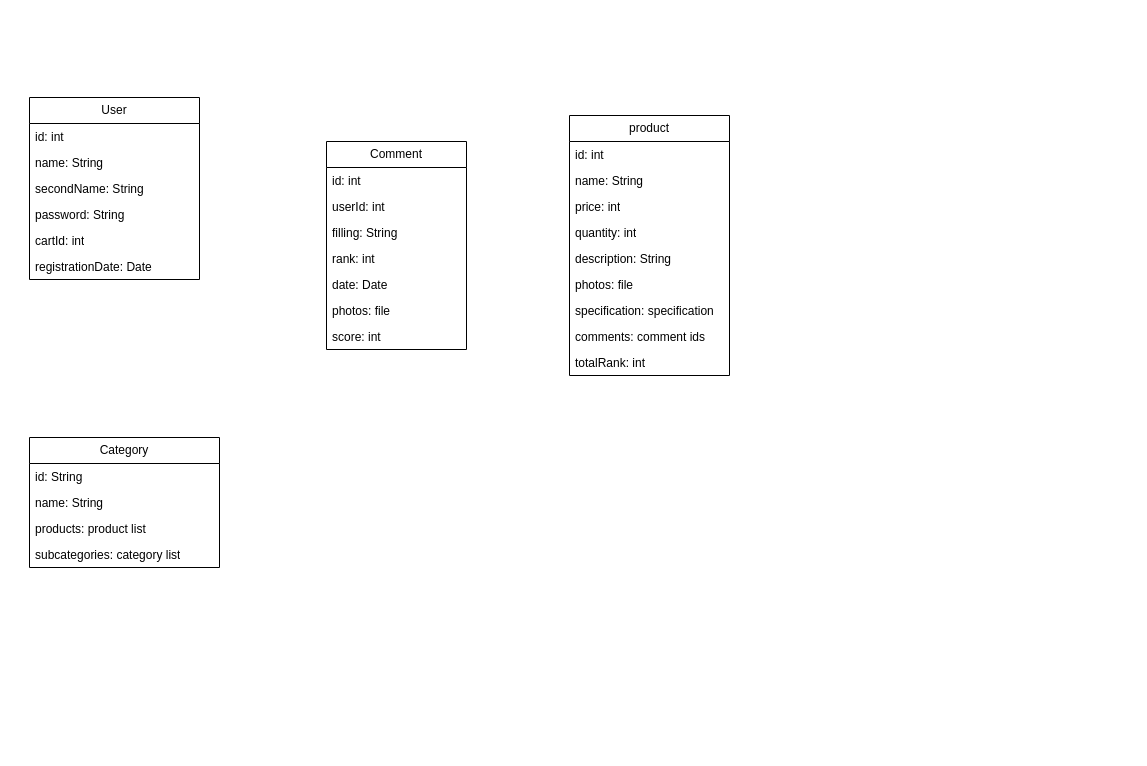
Above: page "Страница 1" (1 of 2) of Диаграмма без названия.drawio in RimKhai/UML (draw.io), before the change. Source tidied: cells renumbered, new cells numbered last; positions are measured from the earlier drawing's top-left corner, leaving out a move shared by most shapes. Both pictures are drawn from the tidied source at 100%, with x=0, y=0 at pixel (29, 97).
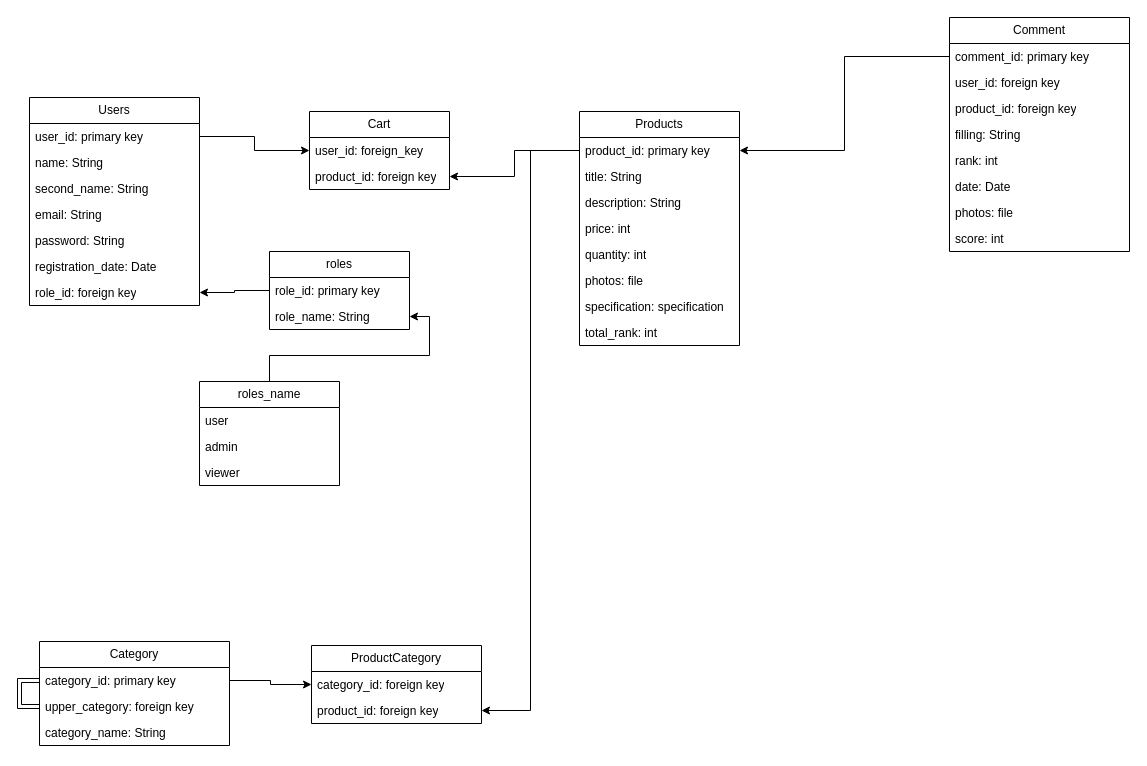
After the change.

Change to the diagram source:
```diff
@@
-    <mxCell id="2" value="User" style="swimlane;fontStyle=0;horizontal=1;startSize=26;fillColor=none;whiteSpace=wrap;html=1;" parent="1" vertex="1">
-      <mxGeometry width="170" height="182" as="geometry" />
+    <mxCell id="2" value="Users" style="swimlane;fontStyle=0;horizontal=1;startSize=26;fillColor=none;whiteSpace=wrap;html=1;" parent="1" vertex="1">
+      <mxGeometry width="170" height="208" as="geometry" />
     </mxCell>
-    <mxCell id="3" value="id: int" style="text;strokeColor=none;fillColor=none;align=left;verticalAlign=top;spacingLeft=4;spacingRight=4;overflow=hidden;points=[[0,0.5],[1,0.5]];portConstraint=eastwest;whiteSpace=wrap;html=1;" parent="2" vertex="1">
+    <mxCell id="3" value="user_id: primary key" style="text;strokeColor=none;fillColor=none;align=left;verticalAlign=top;spacingLeft=4;spacingRight=4;overflow=hidden;points=[[0,0.5],[1,0.5]];portConstraint=eastwest;whiteSpace=wrap;html=1;" parent="2" vertex="1">
       <mxGeometry y="26" width="170" height="26" as="geometry" />
     </mxCell>
@@
-    <mxCell id="5" value="secondName: String" style="text;strokeColor=none;fillColor=none;align=left;verticalAlign=top;spacingLeft=4;spacingRight=4;overflow=hidden;whiteSpace=wrap;html=1;" parent="2" vertex="1">
+    <mxCell id="5" value="second_name: String" style="text;strokeColor=none;fillColor=none;align=left;verticalAlign=top;spacingLeft=4;spacingRight=4;overflow=hidden;whiteSpace=wrap;html=1;" parent="2" vertex="1">
       <mxGeometry y="78" width="170" height="26" as="geometry" />
     </mxCell>
+    <mxCell id="32" value="email: String" style="text;strokeColor=none;fillColor=none;align=left;verticalAlign=top;spacingLeft=4;spacingRight=4;overflow=hidden;whiteSpace=wrap;html=1;" parent="2" vertex="1">
+      <mxGeometry y="104" width="170" height="26" as="geometry" />
+    </mxCell>
     <mxCell id="6" value="password: String" style="text;strokeColor=none;fillColor=none;align=left;verticalAlign=top;spacingLeft=4;spacingRight=4;overflow=hidden;whiteSpace=wrap;html=1;" parent="2" vertex="1">
-      <mxGeometry y="104" width="170" height="26" as="geometry" />
+      <mxGeometry y="130" width="170" height="26" as="geometry" />
     </mxCell>
-    <mxCell id="7" value="cartId: int" style="text;strokeColor=none;fillColor=none;align=left;verticalAlign=top;spacingLeft=4;spacingRight=4;overflow=hidden;whiteSpace=wrap;html=1;" parent="2" vertex="1">
-      <mxGeometry y="130" width="170" height="26" as="geometry" />
-    </mxCell>
-    <mxCell id="8" value="registrationDate: Date" style="text;strokeColor=none;fillColor=none;align=left;verticalAlign=top;spacingLeft=4;spacingRight=4;overflow=hidden;whiteSpace=wrap;html=1;" parent="2" vertex="1">
+    <mxCell id="8" value="registration_date: Date" style="text;strokeColor=none;fillColor=none;align=left;verticalAlign=top;spacingLeft=4;spacingRight=4;overflow=hidden;whiteSpace=wrap;html=1;" parent="2" vertex="1">
       <mxGeometry y="156" width="170" height="26" as="geometry" />
     </mxCell>
+    <mxCell id="33" value="role_id: foreign key" style="text;strokeColor=none;fillColor=none;align=left;verticalAlign=top;spacingLeft=4;spacingRight=4;overflow=hidden;points=[[0,0.5],[1,0.5]];portConstraint=eastwest;whiteSpace=wrap;html=1;" parent="2" vertex="1">
+      <mxGeometry y="182" width="170" height="26" as="geometry" />
+    </mxCell>
     <mxCell id="9" value="Comment" style="swimlane;fontStyle=0;horizontal=1;startSize=26;fillColor=none;whiteSpace=wrap;html=1;" parent="1" vertex="1">
-      <mxGeometry x="297" y="44" width="140" height="208" as="geometry" />
+      <mxGeometry x="920" y="-80" width="180" height="234" as="geometry" />
     </mxCell>
-    <mxCell id="10" value="id: int" style="text;strokeColor=none;fillColor=none;align=left;verticalAlign=top;spacingLeft=4;spacingRight=4;overflow=hidden;points=[[0,0.5],[1,0.5]];portConstraint=eastwest;whiteSpace=wrap;html=1;" parent="9" vertex="1">
-      <mxGeometry y="26" width="140" height="26" as="geometry" />
+    <mxCell id="10" value="comment_id: primary key" style="text;strokeColor=none;fillColor=none;align=left;verticalAlign=top;spacingLeft=4;spacingRight=4;overflow=hidden;points=[[0,0.5],[1,0.5]];portConstraint=eastwest;whiteSpace=wrap;html=1;" parent="9" vertex="1">
+      <mxGeometry y="26" width="180" height="26" as="geometry" />
     </mxCell>
-    <mxCell id="11" value="userId: int" style="text;strokeColor=none;fillColor=none;align=left;verticalAlign=top;spacingLeft=4;spacingRight=4;overflow=hidden;whiteSpace=wrap;html=1;" parent="9" vertex="1">
-      <mxGeometry y="52" width="140" height="26" as="geometry" />
+    <mxCell id="11" value="user_id: foreign key" style="text;strokeColor=none;fillColor=none;align=left;verticalAlign=top;spacingLeft=4;spacingRight=4;overflow=hidden;whiteSpace=wrap;html=1;" parent="9" vertex="1">
+      <mxGeometry y="52" width="180" height="26" as="geometry" />
     </mxCell>
+    <mxCell id="34" value="product_id: foreign key" style="text;strokeColor=none;fillColor=none;align=left;verticalAlign=top;spacingLeft=4;spacingRight=4;overflow=hidden;whiteSpace=wrap;html=1;" parent="9" vertex="1">
+      <mxGeometry y="78" width="180" height="26" as="geometry" />
+    </mxCell>
     <mxCell id="12" value="filling: String" style="text;strokeColor=none;fillColor=none;align=left;verticalAlign=top;spacingLeft=4;spacingRight=4;overflow=hidden;whiteSpace=wrap;html=1;" parent="9" vertex="1">
-      <mxGeometry y="78" width="140" height="26" as="geometry" />
+      <mxGeometry y="104" width="180" height="26" as="geometry" />
     </mxCell>
     <mxCell id="13" value="rank: int" style="text;strokeColor=none;fillColor=none;align=left;verticalAlign=top;spacingLeft=4;spacingRight=4;overflow=hidden;whiteSpace=wrap;html=1;" parent="9" vertex="1">
-      <mxGeometry y="104" width="140" height="26" as="geometry" />
+      <mxGeometry y="130" width="180" height="26" as="geometry" />
     </mxCell>
     <mxCell id="14" value="date: Date" style="text;strokeColor=none;fillColor=none;align=left;verticalAlign=top;spacingLeft=4;spacingRight=4;overflow=hidden;whiteSpace=wrap;html=1;" parent="9" vertex="1">
-      <mxGeometry y="130" width="140" height="26" as="geometry" />
+      <mxGeometry y="156" width="180" height="26" as="geometry" />
     </mxCell>
     <mxCell id="15" value="photos: file" style="text;strokeColor=none;fillColor=none;align=left;verticalAlign=top;spacingLeft=4;spacingRight=4;overflow=hidden;whiteSpace=wrap;html=1;" parent="9" vertex="1">
-      <mxGeometry y="156" width="140" height="26" as="geometry" />
+      <mxGeometry y="182" width="180" height="26" as="geometry" />
     </mxCell>
     <mxCell id="16" value="score: int" style="text;strokeColor=none;fillColor=none;align=left;verticalAlign=top;spacingLeft=4;spacingRight=4;overflow=hidden;whiteSpace=wrap;html=1;" parent="9" vertex="1">
-      <mxGeometry y="182" width="140" height="26" as="geometry" />
+      <mxGeometry y="208" width="180" height="26" as="geometry" />
     </mxCell>
-    <mxCell id="17" value="product" style="swimlane;fontStyle=0;horizontal=1;startSize=26;fillColor=none;whiteSpace=wrap;html=1;" parent="1" vertex="1">
-      <mxGeometry x="540" y="18" width="160" height="260" as="geometry" />
+    <mxCell id="17" value="Products" style="swimlane;fontStyle=0;horizontal=1;startSize=26;fillColor=none;whiteSpace=wrap;html=1;" parent="1" vertex="1">
+      <mxGeometry x="550" y="14" width="160" height="234" as="geometry" />
     </mxCell>
-    <mxCell id="18" value="id: int" style="text;strokeColor=none;fillColor=none;align=left;verticalAlign=top;spacingLeft=4;spacingRight=4;overflow=hidden;points=[[0,0.5],[1,0.5]];portConstraint=eastwest;whiteSpace=wrap;html=1;" parent="17" vertex="1">
+    <mxCell id="18" value="product_id: primary key" style="text;strokeColor=none;fillColor=none;align=left;verticalAlign=top;spacingLeft=4;spacingRight=4;overflow=hidden;points=[[0,0.5],[1,0.5]];portConstraint=eastwest;whiteSpace=wrap;html=1;" parent="17" vertex="1">
       <mxGeometry y="26" width="160" height="26" as="geometry" />
     </mxCell>
-    <mxCell id="19" value="name: String" style="text;strokeColor=none;fillColor=none;align=left;verticalAlign=top;spacingLeft=4;spacingRight=4;overflow=hidden;whiteSpace=wrap;html=1;" parent="17" vertex="1">
+    <mxCell id="19" value="title: String" style="text;strokeColor=none;fillColor=none;align=left;verticalAlign=top;spacingLeft=4;spacingRight=4;overflow=hidden;whiteSpace=wrap;html=1;" parent="17" vertex="1">
       <mxGeometry y="52" width="160" height="26" as="geometry" />
     </mxCell>
+    <mxCell id="22" value="description: String&lt;br&gt;" style="text;strokeColor=none;fillColor=none;align=left;verticalAlign=top;spacingLeft=4;spacingRight=4;overflow=hidden;whiteSpace=wrap;html=1;" parent="17" vertex="1">
+      <mxGeometry y="78" width="160" height="26" as="geometry" />
+    </mxCell>
     <mxCell id="20" value="price: int" style="text;strokeColor=none;fillColor=none;align=left;verticalAlign=top;spacingLeft=4;spacingRight=4;overflow=hidden;whiteSpace=wrap;html=1;" parent="17" vertex="1">
-      <mxGeometry y="78" width="160" height="26" as="geometry" />
+      <mxGeometry y="104" width="160" height="26" as="geometry" />
     </mxCell>
     <mxCell id="21" value="quantity: int" style="text;strokeColor=none;fillColor=none;align=left;verticalAlign=top;spacingLeft=4;spacingRight=4;overflow=hidden;whiteSpace=wrap;html=1;" parent="17" vertex="1">
-      <mxGeometry y="104" width="160" height="26" as="geometry" />
+      <mxGeometry y="130" width="160" height="26" as="geometry" />
     </mxCell>
-    <mxCell id="22" value="description: String&lt;br&gt;" style="text;strokeColor=none;fillColor=none;align=left;verticalAlign=top;spacingLeft=4;spacingRight=4;overflow=hidden;whiteSpace=wrap;html=1;" parent="17" vertex="1">
-      <mxGeometry y="130" width="160" height="26" as="geometry" />
-    </mxCell>
@@
-    <mxCell id="25" value="comments: comment ids" style="text;strokeColor=none;fillColor=none;align=left;verticalAlign=top;spacingLeft=4;spacingRight=4;overflow=hidden;whiteSpace=wrap;html=1;" parent="17" vertex="1">
-      <mxGeometry y="208" width="160" height="26" as="geometry" />
-    </mxCell>
-    <mxCell id="26" value="totalRank: int" style="text;strokeColor=none;fillColor=none;align=left;verticalAlign=top;spacingLeft=4;spacingRight=4;overflow=hidden;whiteSpace=wrap;html=1;" parent="17" vertex="1">
-      <mxGeometry y="234" width="160" height="26" as="geometry" />
+    <mxCell id="26" value="total_rank: int" style="text;strokeColor=none;fillColor=none;align=left;verticalAlign=top;spacingLeft=4;spacingRight=4;overflow=hidden;whiteSpace=wrap;html=1;" parent="17" vertex="1">
+      <mxGeometry y="208" width="160" height="26" as="geometry" />
     </mxCell>
     <mxCell id="27" value="Category" style="swimlane;fontStyle=0;horizontal=1;startSize=26;fillColor=none;whiteSpace=wrap;html=1;" parent="1" vertex="1">
-      <mxGeometry y="340" width="190" height="130" as="geometry" />
+      <mxGeometry x="10" y="544" width="190" height="104" as="geometry" />
     </mxCell>
-    <mxCell id="28" value="id: String" style="text;strokeColor=none;fillColor=none;align=left;verticalAlign=top;spacingLeft=4;spacingRight=4;overflow=hidden;points=[[0,0.5],[1,0.5]];portConstraint=eastwest;whiteSpace=wrap;html=1;" parent="27" vertex="1">
+    <mxCell id="28" value="category_id: primary key" style="text;strokeColor=none;fillColor=none;align=left;verticalAlign=top;spacingLeft=4;spacingRight=4;overflow=hidden;points=[[0,0.5],[1,0.5]];portConstraint=eastwest;whiteSpace=wrap;html=1;" parent="27" vertex="1">
       <mxGeometry y="26" width="190" height="26" as="geometry" />
     </mxCell>
+    <mxCell id="35" style="edgeStyle=orthogonalEdgeStyle;rounded=0;jettySize=auto;html=1;entryX=0;entryY=0.5;entryDx=0;entryDy=0;shape=link;" parent="27" edge="1" source="36" target="28">
+      <mxGeometry relative="1" as="geometry" />
+    </mxCell>
+    <mxCell id="36" value="upper_category: foreign key" style="text;strokeColor=none;fillColor=none;align=left;verticalAlign=top;spacingLeft=4;spacingRight=4;overflow=hidden;points=[[0,0.5],[1,0.5]];portConstraint=eastwest;whiteSpace=wrap;html=1;" parent="27" vertex="1">
+      <mxGeometry y="52" width="190" height="26" as="geometry" />
+    </mxCell>
-    <mxCell id="29" value="name: String" style="text;strokeColor=none;fillColor=none;align=left;verticalAlign=top;spacingLeft=4;spacingRight=4;overflow=hidden;whiteSpace=wrap;html=1;" parent="27" vertex="1">
-      <mxGeometry y="52" width="190" height="26" as="geometry" />
+    <mxCell id="29" value="category_name: String" style="text;strokeColor=none;fillColor=none;align=left;verticalAlign=top;spacingLeft=4;spacingRight=4;overflow=hidden;whiteSpace=wrap;html=1;" parent="27" vertex="1">
+      <mxGeometry y="78" width="190" height="26" as="geometry" />
     </mxCell>
-    <mxCell id="30" value="products: product list" style="text;strokeColor=none;fillColor=none;align=left;verticalAlign=top;spacingLeft=4;spacingRight=4;overflow=hidden;whiteSpace=wrap;html=1;" parent="27" vertex="1">
-      <mxGeometry y="78" width="190" height="26" as="geometry" />
-    </mxCell>
-    <mxCell id="31" value="subcategories: category list" style="text;strokeColor=none;fillColor=none;align=left;verticalAlign=top;spacingLeft=4;spacingRight=4;overflow=hidden;whiteSpace=wrap;html=1;" parent="27" vertex="1">
-      <mxGeometry y="104" width="190" height="26" as="geometry" />
-    </mxCell>
+    <mxCell id="37" value="Cart" style="swimlane;fontStyle=0;horizontal=1;startSize=26;fillColor=none;whiteSpace=wrap;html=1;" parent="1" vertex="1">
+      <mxGeometry x="280" y="14" width="140" height="78" as="geometry" />
+    </mxCell>
+    <mxCell id="38" value="user_id: foreign_key" style="text;strokeColor=none;fillColor=none;align=left;verticalAlign=top;spacingLeft=4;spacingRight=4;overflow=hidden;points=[[0,0.5],[1,0.5]];portConstraint=eastwest;whiteSpace=wrap;html=1;" parent="37" vertex="1">
+      <mxGeometry y="26" width="140" height="26" as="geometry" />
+    </mxCell>
+    <mxCell id="39" value="product_id: foreign key" style="text;strokeColor=none;fillColor=none;align=left;verticalAlign=top;spacingLeft=4;spacingRight=4;overflow=hidden;points=[[0,0.5],[1,0.5]];portConstraint=eastwest;whiteSpace=wrap;html=1;" parent="37" vertex="1">
+      <mxGeometry y="52" width="140" height="26" as="geometry" />
+    </mxCell>
+    <mxCell id="40" style="edgeStyle=orthogonalEdgeStyle;rounded=0;jettySize=auto;html=1;entryX=0;entryY=0.5;entryDx=0;entryDy=0;" parent="1" edge="1" source="3" target="38">
+      <mxGeometry relative="1" as="geometry" />
+    </mxCell>
+    <mxCell id="41" style="edgeStyle=orthogonalEdgeStyle;rounded=0;jettySize=auto;html=1;" parent="1" edge="1" source="18" target="39">
+      <mxGeometry relative="1" as="geometry" />
+    </mxCell>
+    <mxCell id="42" style="edgeStyle=orthogonalEdgeStyle;rounded=0;jettySize=auto;html=1;entryX=1;entryY=0.5;entryDx=0;entryDy=0;" parent="1" edge="1" source="10" target="18">
+      <mxGeometry relative="1" as="geometry" />
+    </mxCell>
+    <mxCell id="43" value="roles" style="swimlane;fontStyle=0;horizontal=1;startSize=26;fillColor=none;whiteSpace=wrap;html=1;" parent="1" vertex="1">
+      <mxGeometry x="240" y="154" width="140" height="78" as="geometry" />
+    </mxCell>
+    <mxCell id="44" value="role_id: primary key" style="text;strokeColor=none;fillColor=none;align=left;verticalAlign=top;spacingLeft=4;spacingRight=4;overflow=hidden;points=[[0,0.5],[1,0.5]];portConstraint=eastwest;whiteSpace=wrap;html=1;" parent="43" vertex="1">
+      <mxGeometry y="26" width="140" height="26" as="geometry" />
+    </mxCell>
+    <mxCell id="45" value="role_name: String" style="text;strokeColor=none;fillColor=none;align=left;verticalAlign=top;spacingLeft=4;spacingRight=4;overflow=hidden;points=[[0,0.5],[1,0.5]];portConstraint=eastwest;whiteSpace=wrap;html=1;" parent="43" vertex="1">
+      <mxGeometry y="52" width="140" height="26" as="geometry" />
+    </mxCell>
+    <mxCell id="46" value="ProductCategory" style="swimlane;fontStyle=0;horizontal=1;startSize=26;fillColor=none;whiteSpace=wrap;html=1;" parent="1" vertex="1">
+      <mxGeometry x="282" y="548" width="170" height="78" as="geometry" />
+    </mxCell>
+    <mxCell id="47" value="category_id: foreign key" style="text;strokeColor=none;fillColor=none;align=left;verticalAlign=top;spacingLeft=4;spacingRight=4;overflow=hidden;points=[[0,0.5],[1,0.5]];portConstraint=eastwest;whiteSpace=wrap;html=1;" parent="46" vertex="1">
+      <mxGeometry y="26" width="170" height="26" as="geometry" />
+    </mxCell>
+    <mxCell id="48" value="product_id: foreign key" style="text;strokeColor=none;fillColor=none;align=left;verticalAlign=top;spacingLeft=4;spacingRight=4;overflow=hidden;points=[[0,0.5],[1,0.5]];portConstraint=eastwest;whiteSpace=wrap;html=1;" parent="46" vertex="1">
+      <mxGeometry y="52" width="170" height="26" as="geometry" />
+    </mxCell>
+    <mxCell id="49" style="edgeStyle=orthogonalEdgeStyle;rounded=0;jettySize=auto;html=1;" parent="1" edge="1" source="28" target="47">
+      <mxGeometry relative="1" as="geometry" />
+    </mxCell>
+    <mxCell id="50" style="edgeStyle=orthogonalEdgeStyle;rounded=0;jettySize=auto;html=1;entryX=1;entryY=0.5;entryDx=0;entryDy=0;" parent="1" edge="1" source="44" target="33">
+      <mxGeometry relative="1" as="geometry" />
+    </mxCell>
+    <mxCell id="51" style="edgeStyle=orthogonalEdgeStyle;rounded=0;jettySize=auto;html=1;" parent="1" edge="1" source="18" target="48">
+      <mxGeometry relative="1" as="geometry" />
+    </mxCell>
+    <mxCell id="52" style="edgeStyle=orthogonalEdgeStyle;rounded=0;jettySize=auto;html=1;entryX=1;entryY=0.5;entryDx=0;entryDy=0;" parent="1" edge="1" source="53" target="45">
+      <mxGeometry relative="1" as="geometry" />
+    </mxCell>
+    <mxCell id="53" value="roles_name" style="swimlane;fontStyle=0;horizontal=1;startSize=26;fillColor=none;whiteSpace=wrap;html=1;" parent="1" vertex="1">
+      <mxGeometry x="170" y="284" width="140" height="104" as="geometry" />
+    </mxCell>
+    <mxCell id="54" value="user" style="text;strokeColor=none;fillColor=none;align=left;verticalAlign=top;spacingLeft=4;spacingRight=4;overflow=hidden;whiteSpace=wrap;html=1;" parent="53" vertex="1">
+      <mxGeometry y="26" width="140" height="26" as="geometry" />
+    </mxCell>
+    <mxCell id="55" value="admin" style="text;strokeColor=none;fillColor=none;align=left;verticalAlign=top;spacingLeft=4;spacingRight=4;overflow=hidden;whiteSpace=wrap;html=1;" parent="53" vertex="1">
+      <mxGeometry y="52" width="140" height="26" as="geometry" />
+    </mxCell>
+    <mxCell id="56" value="viewer" style="text;strokeColor=none;fillColor=none;align=left;verticalAlign=top;spacingLeft=4;spacingRight=4;overflow=hidden;whiteSpace=wrap;html=1;" parent="53" vertex="1">
+      <mxGeometry y="78" width="140" height="26" as="geometry" />
+    </mxCell>
```
